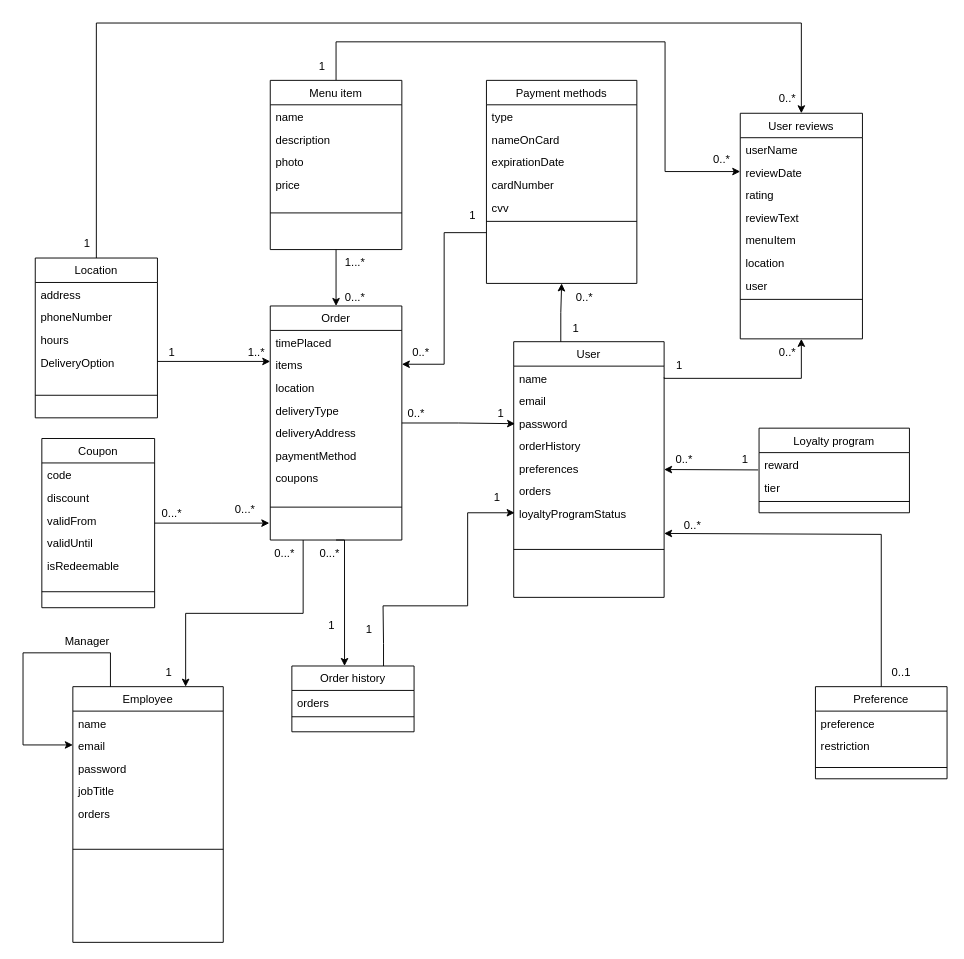
The draw.io diagram HLFood-entity.drawio in MaiNhatHoangY2001/HLFood, before the edit. Source tidied: cells renumbered, new cells numbered last; positions are measured from the earlier drawing's top-left corner, leaving out a move shared by most shapes. Both pictures are drawn from the tidied source at 94%, with x=0, y=0 at pixel (23, 23).
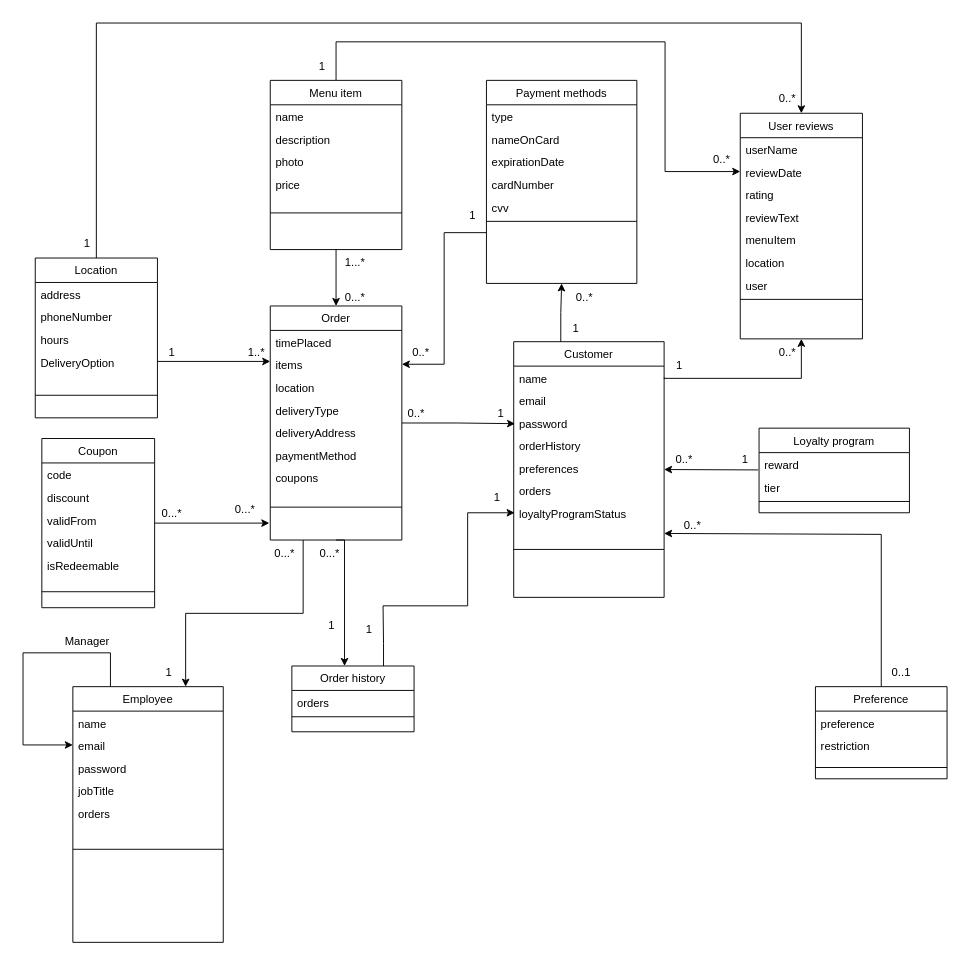
Above is the later version.

Commit message:
rename user entity

What changed in the source:
```diff
@@
-    <mxCell id="29" value="User" style="swimlane;fontStyle=0;align=center;verticalAlign=top;horizontal=1;startSize=26;rounded=0;shadow=0;strokeWidth=1;" parent="1" vertex="1">
+    <mxCell id="29" value="Customer&#10;" style="swimlane;fontStyle=0;align=center;verticalAlign=top;horizontal=1;startSize=26;rounded=0;shadow=0;strokeWidth=1;" parent="1" vertex="1">
       <mxGeometry x="522" y="339" width="160" height="272" as="geometry" />
     </mxCell>
```
